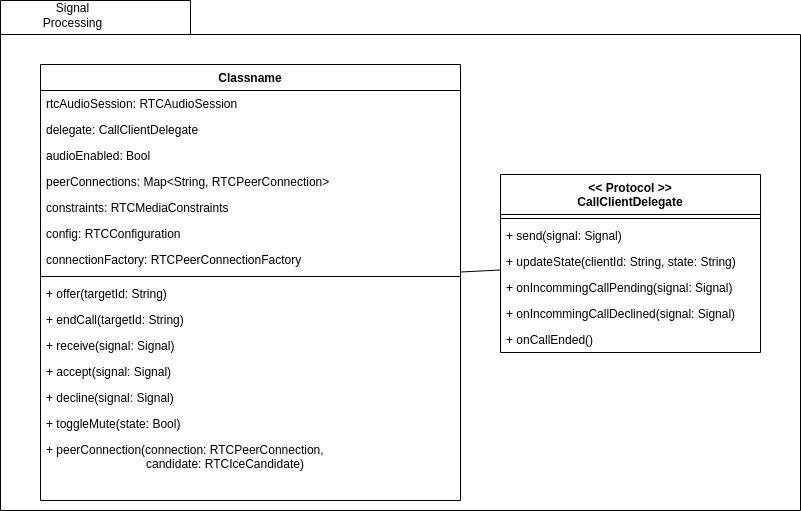
jsvilling/IP6_Bachelorarbeit_Bericht_Cloudbasiertes_Praxisrufsystem keeps this draw.io diagram as src/graphics/diagramms/Class_Mobile_Client_Signal_Processing.png. Above is the earlier version. Source tidied: cells renumbered, new cells last; positions are measured from the earlier drawing's top-left corner, leaving out a move shared by most shapes. Source of this version:
```xml
<mxGraphModel>
  <root>
    <mxCell id="0" />
    <mxCell id="1" parent="0" />
    <mxCell id="2" style="shape=folder;fontStyle=1;spacingTop=10;tabWidth=190;tabHeight=34;tabPosition=left;html=1;rounded=0;shadow=0;comic=0;labelBackgroundColor=none;strokeWidth=1;fillColor=none;fontFamily=Verdana;fontSize=10;align=center;" parent="1" vertex="1">
      <mxGeometry width="800" height="510" as="geometry" />
    </mxCell>
    <mxCell id="3" value="Signal Processing" style="text;html=1;strokeColor=none;fillColor=none;align=center;verticalAlign=middle;whiteSpace=wrap;rounded=0;" parent="1" vertex="1">
      <mxGeometry x="30" width="85" height="30" as="geometry" />
    </mxCell>
    <mxCell id="4" value="Classname" style="swimlane;fontStyle=1;align=center;verticalAlign=top;horizontal=1;startSize=26;" parent="1" vertex="1">
      <mxGeometry x="40" y="64" width="420" height="436" as="geometry" />
    </mxCell>
    <mxCell id="5" value="rtcAudioSession: RTCAudioSession" style="text;align=left;verticalAlign=top;spacingLeft=4;spacingRight=4;overflow=hidden;" parent="4" vertex="1">
      <mxGeometry y="26" width="420" height="26" as="geometry" />
    </mxCell>
    <mxCell id="6" value="delegate: CallClientDelegate" style="text;align=left;verticalAlign=top;spacingLeft=4;spacingRight=4;overflow=hidden;rounded=0;shadow=0;html=0;" parent="4" vertex="1">
      <mxGeometry y="52" width="420" height="26" as="geometry" />
    </mxCell>
    <mxCell id="7" value="audioEnabled: Bool" style="text;align=left;verticalAlign=top;spacingLeft=4;spacingRight=4;overflow=hidden;rounded=0;shadow=0;html=0;" parent="4" vertex="1">
      <mxGeometry y="78" width="420" height="26" as="geometry" />
    </mxCell>
    <mxCell id="8" value="peerConnections: Map&lt;String, RTCPeerConnection&gt;" style="text;align=left;verticalAlign=top;spacingLeft=4;spacingRight=4;overflow=hidden;rounded=0;shadow=0;html=0;" parent="4" vertex="1">
      <mxGeometry y="104" width="420" height="26" as="geometry" />
    </mxCell>
    <mxCell id="9" value="constraints: RTCMediaConstraints" style="text;align=left;verticalAlign=top;spacingLeft=4;spacingRight=4;overflow=hidden;rounded=0;shadow=0;html=0;" parent="4" vertex="1">
      <mxGeometry y="130" width="420" height="26" as="geometry" />
    </mxCell>
    <mxCell id="10" value="config: RTCConfiguration" style="text;align=left;verticalAlign=top;spacingLeft=4;spacingRight=4;overflow=hidden;rounded=0;shadow=0;html=0;" parent="4" vertex="1">
      <mxGeometry y="156" width="420" height="26" as="geometry" />
    </mxCell>
    <mxCell id="11" value="connectionFactory: RTCPeerConnectionFactory" style="text;align=left;verticalAlign=top;spacingLeft=4;spacingRight=4;overflow=hidden;rounded=0;shadow=0;html=0;" parent="4" vertex="1">
      <mxGeometry y="182" width="420" height="26" as="geometry" />
    </mxCell>
    <mxCell id="12" style="line;strokeWidth=1;fillColor=none;align=left;verticalAlign=middle;spacingTop=-1;spacingLeft=3;spacingRight=3;labelPosition=right;" parent="4" vertex="1">
      <mxGeometry y="208" width="420" height="8" as="geometry" />
    </mxCell>
    <mxCell id="13" value="+ offer(targetId: String)" style="text;strokeColor=none;fillColor=none;align=left;verticalAlign=top;spacingLeft=4;spacingRight=4;overflow=hidden;" parent="4" vertex="1">
      <mxGeometry y="216" width="420" height="26" as="geometry" />
    </mxCell>
    <mxCell id="14" value="+ endCall(targetId: String)" style="text;strokeColor=none;fillColor=none;align=left;verticalAlign=top;spacingLeft=4;spacingRight=4;overflow=hidden;" parent="4" vertex="1">
      <mxGeometry y="242" width="420" height="26" as="geometry" />
    </mxCell>
    <mxCell id="15" value="+ receive(signal: Signal)" style="text;strokeColor=none;fillColor=none;align=left;verticalAlign=top;spacingLeft=4;spacingRight=4;overflow=hidden;" parent="4" vertex="1">
      <mxGeometry y="268" width="420" height="26" as="geometry" />
    </mxCell>
    <mxCell id="16" value="+ accept(signal: Signal)" style="text;strokeColor=none;fillColor=none;align=left;verticalAlign=top;spacingLeft=4;spacingRight=4;overflow=hidden;" parent="4" vertex="1">
      <mxGeometry y="294" width="420" height="26" as="geometry" />
    </mxCell>
    <mxCell id="17" value="+ decline(signal: Signal)" style="text;strokeColor=none;fillColor=none;align=left;verticalAlign=top;spacingLeft=4;spacingRight=4;overflow=hidden;" parent="4" vertex="1">
      <mxGeometry y="320" width="420" height="26" as="geometry" />
    </mxCell>
    <mxCell id="18" value="+ toggleMute(state: Bool)" style="text;strokeColor=none;fillColor=none;align=left;verticalAlign=top;spacingLeft=4;spacingRight=4;overflow=hidden;" parent="4" vertex="1">
      <mxGeometry y="346" width="420" height="26" as="geometry" />
    </mxCell>
    <mxCell id="19" value="+ peerConnection(connection: RTCPeerConnection, &#10;                              candidate: RTCIceCandidate)" style="text;strokeColor=none;fillColor=none;align=left;verticalAlign=top;spacingLeft=4;spacingRight=4;overflow=hidden;" parent="4" vertex="1">
      <mxGeometry y="372" width="420" height="38" as="geometry" />
    </mxCell>
    <mxCell id="20" style="text;strokeColor=none;fillColor=none;align=left;verticalAlign=top;spacingLeft=4;spacingRight=4;overflow=hidden;" parent="4" vertex="1">
      <mxGeometry y="410" width="420" height="26" as="geometry" />
    </mxCell>
    <mxCell id="21" value="&lt;&lt; Protocol &gt;&gt;&#10;CallClientDelegate" style="swimlane;fontStyle=1;align=center;verticalAlign=top;horizontal=1;startSize=40;" parent="1" vertex="1">
      <mxGeometry x="500" y="174" width="260" height="178" as="geometry" />
    </mxCell>
    <mxCell id="22" style="line;strokeWidth=1;fillColor=none;align=left;verticalAlign=middle;spacingTop=-1;spacingLeft=3;spacingRight=3;labelPosition=right;" parent="21" vertex="1">
      <mxGeometry y="40" width="260" height="8" as="geometry" />
    </mxCell>
    <mxCell id="23" value="+ send(signal: Signal)" style="text;strokeColor=none;fillColor=none;align=left;verticalAlign=top;spacingLeft=4;spacingRight=4;overflow=hidden;" parent="21" vertex="1">
      <mxGeometry y="48" width="260" height="26" as="geometry" />
    </mxCell>
    <mxCell id="24" value="+ updateState(clientId: String, state: String)" style="text;strokeColor=none;fillColor=none;align=left;verticalAlign=top;spacingLeft=4;spacingRight=4;overflow=hidden;" parent="21" vertex="1">
      <mxGeometry y="74" width="260" height="26" as="geometry" />
    </mxCell>
    <mxCell id="25" value="+ onIncommingCallPending(signal: Signal)" style="text;strokeColor=none;fillColor=none;align=left;verticalAlign=top;spacingLeft=4;spacingRight=4;overflow=hidden;" parent="21" vertex="1">
      <mxGeometry y="100" width="260" height="26" as="geometry" />
    </mxCell>
    <mxCell id="26" value="+ onIncommingCallDeclined(signal: Signal)" style="text;strokeColor=none;fillColor=none;align=left;verticalAlign=top;spacingLeft=4;spacingRight=4;overflow=hidden;" parent="21" vertex="1">
      <mxGeometry y="126" width="260" height="26" as="geometry" />
    </mxCell>
    <mxCell id="27" value="+ onCallEnded()" style="text;strokeColor=none;fillColor=none;align=left;verticalAlign=top;spacingLeft=4;spacingRight=4;overflow=hidden;" parent="21" vertex="1">
      <mxGeometry y="152" width="260" height="26" as="geometry" />
    </mxCell>
    <mxCell id="28" style="endArrow=none;html=1;rounded=0;" parent="1" edge="1" source="4" target="21">
      <mxGeometry relative="1" as="geometry" />
    </mxCell>
  </root>
</mxGraphModel>
```
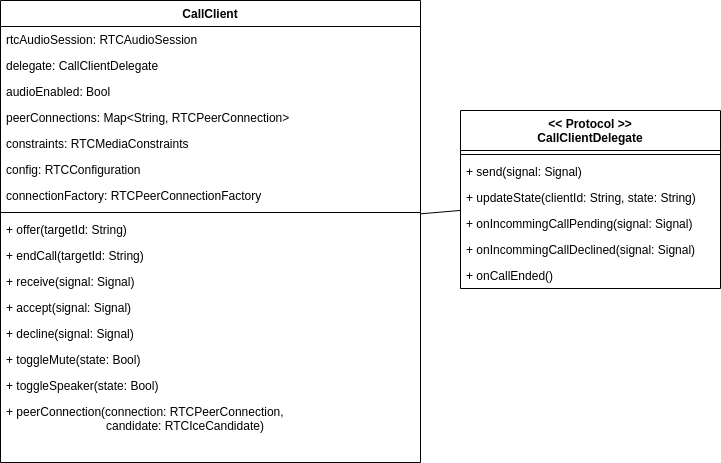
The same diagram one commit later.

The edit, as a diff of the source:
```diff
@@ -2,14 +2,8 @@
   <root>
     <mxCell id="0" />
     <mxCell id="1" parent="0" />
-    <mxCell id="2" style="shape=folder;fontStyle=1;spacingTop=10;tabWidth=190;tabHeight=34;tabPosition=left;html=1;rounded=0;shadow=0;comic=0;labelBackgroundColor=none;strokeWidth=1;fillColor=none;fontFamily=Verdana;fontSize=10;align=center;" parent="1" vertex="1">
-      <mxGeometry width="800" height="510" as="geometry" />
-    </mxCell>
-    <mxCell id="3" value="Signal Processing" style="text;html=1;strokeColor=none;fillColor=none;align=center;verticalAlign=middle;whiteSpace=wrap;rounded=0;" parent="1" vertex="1">
-      <mxGeometry x="30" width="85" height="30" as="geometry" />
-    </mxCell>
-    <mxCell id="4" value="Classname" style="swimlane;fontStyle=1;align=center;verticalAlign=top;horizontal=1;startSize=26;" parent="1" vertex="1">
-      <mxGeometry x="40" y="64" width="420" height="436" as="geometry" />
+    <mxCell id="4" value="CallClient" style="swimlane;fontStyle=1;align=center;verticalAlign=top;horizontal=1;startSize=26;" parent="1" vertex="1">
+      <mxGeometry x="40" y="64" width="420" height="462" as="geometry" />
     </mxCell>
     <mxCell id="5" value="rtcAudioSession: RTCAudioSession" style="text;align=left;verticalAlign=top;spacingLeft=4;spacingRight=4;overflow=hidden;" parent="4" vertex="1">
       <mxGeometry y="26" width="420" height="26" as="geometry" />
@@ -53,11 +47,14 @@
     <mxCell id="18" value="+ toggleMute(state: Bool)" style="text;strokeColor=none;fillColor=none;align=left;verticalAlign=top;spacingLeft=4;spacingRight=4;overflow=hidden;" parent="4" vertex="1">
       <mxGeometry y="346" width="420" height="26" as="geometry" />
     </mxCell>
+    <mxCell id="29" value="+ toggleSpeaker(state: Bool)" style="text;strokeColor=none;fillColor=none;align=left;verticalAlign=top;spacingLeft=4;spacingRight=4;overflow=hidden;" parent="4" vertex="1">
+      <mxGeometry y="372" width="420" height="26" as="geometry" />
+    </mxCell>
     <mxCell id="19" value="+ peerConnection(connection: RTCPeerConnection, &#10;                              candidate: RTCIceCandidate)" style="text;strokeColor=none;fillColor=none;align=left;verticalAlign=top;spacingLeft=4;spacingRight=4;overflow=hidden;" parent="4" vertex="1">
-      <mxGeometry y="372" width="420" height="38" as="geometry" />
+      <mxGeometry y="398" width="420" height="38" as="geometry" />
     </mxCell>
     <mxCell id="20" style="text;strokeColor=none;fillColor=none;align=left;verticalAlign=top;spacingLeft=4;spacingRight=4;overflow=hidden;" parent="4" vertex="1">
-      <mxGeometry y="410" width="420" height="26" as="geometry" />
+      <mxGeometry y="436" width="420" height="26" as="geometry" />
     </mxCell>
     <mxCell id="21" value="&lt;&lt; Protocol &gt;&gt;&#10;CallClientDelegate" style="swimlane;fontStyle=1;align=center;verticalAlign=top;horizontal=1;startSize=40;" parent="1" vertex="1">
       <mxGeometry x="500" y="174" width="260" height="178" as="geometry" />
```
